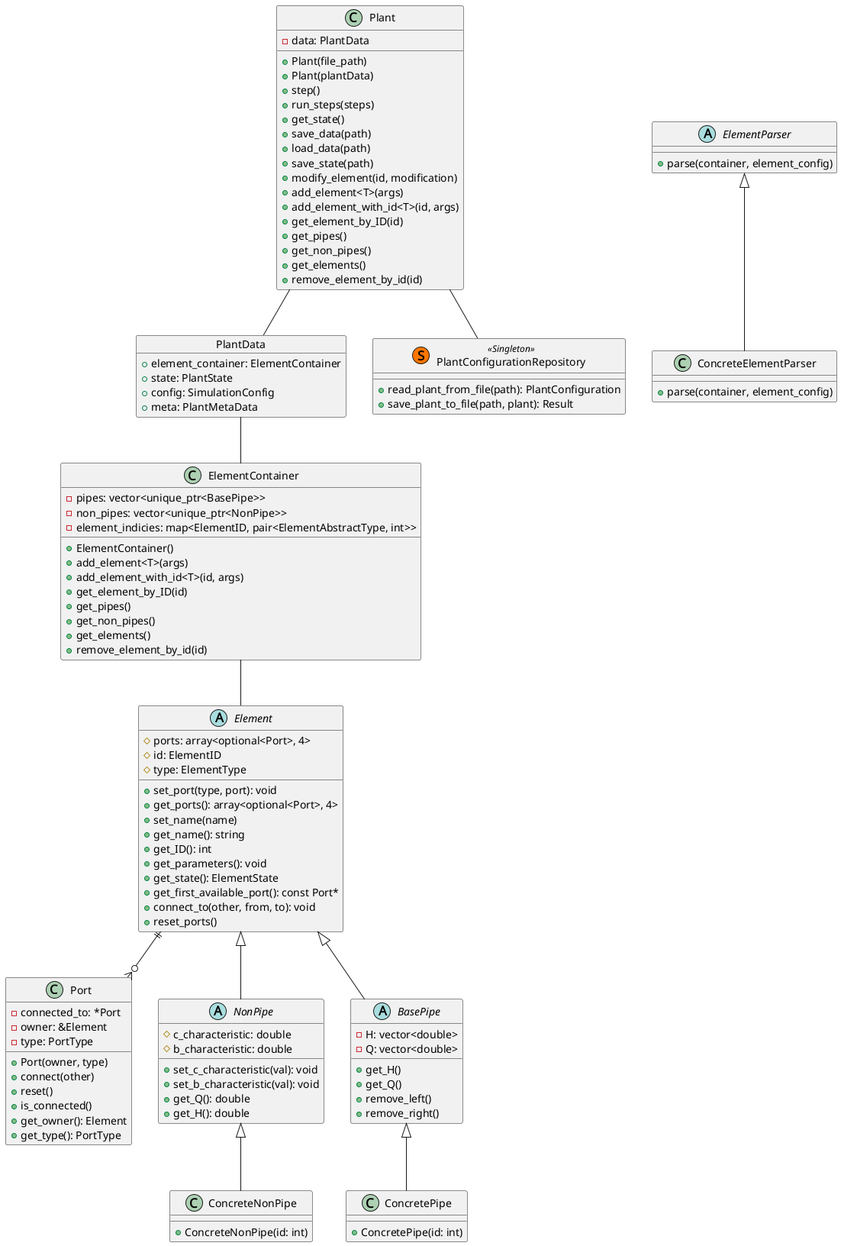
Above: assets/system_architecture.png in LVTrans/LVTransCore (PlantUML), before the change.
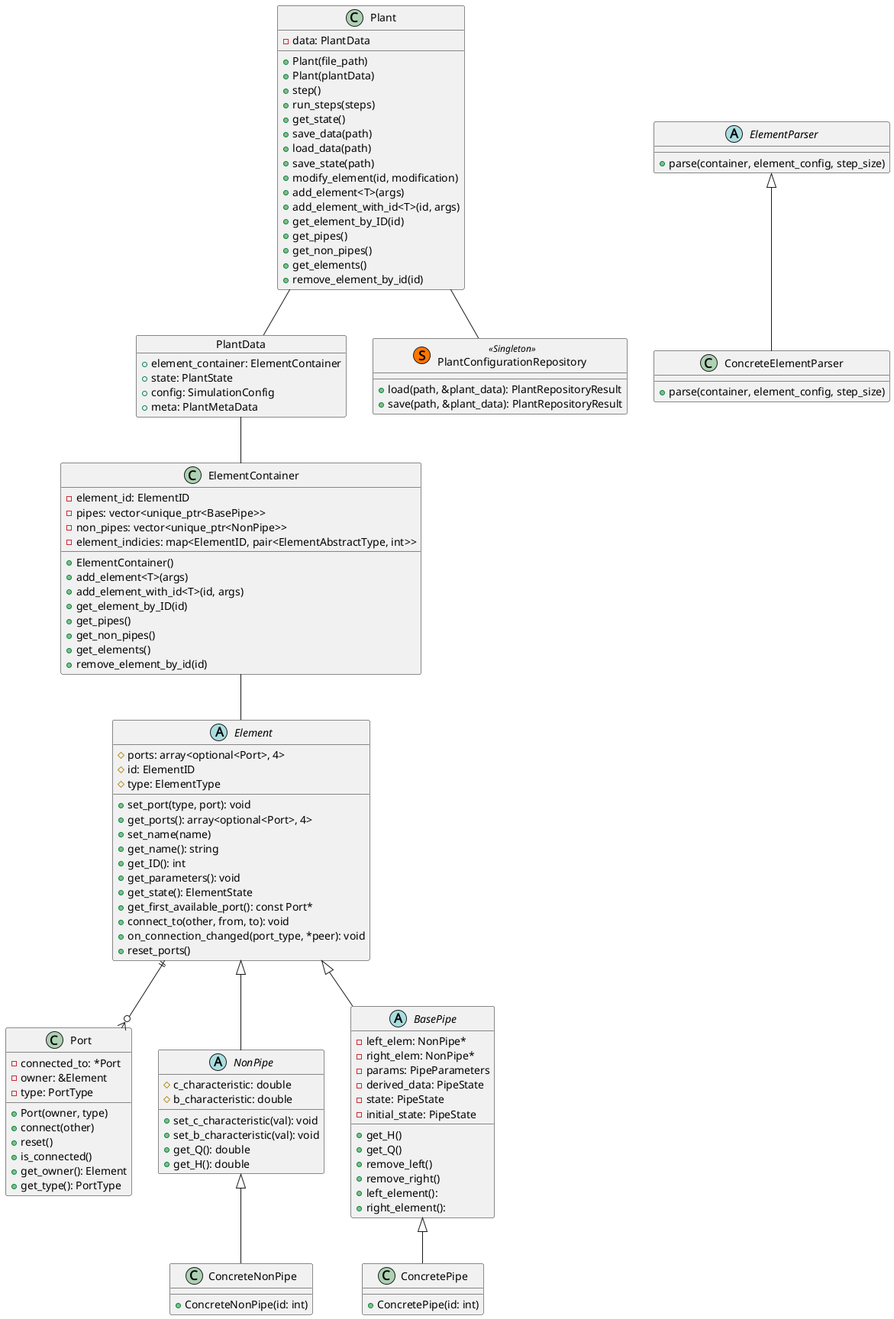
Later version of the same file.

The edit, as a diff of the source:
```diff
@@ -25,6 +25,7 @@
   + get_state(): ElementState
   + get_first_available_port(): const Port*
   + connect_to(other, from, to): void
+  + on_connection_changed(port_type, *peer): void
   + reset_ports()
 
 }
@@ -40,12 +41,18 @@
 }
 
 abstract class BasePipe {
-  - H: vector<double>
-  - Q: vector<double>
+  - left_elem: NonPipe*
+  - right_elem: NonPipe*
+  - params: PipeParameters
+  - derived_data: PipeState
+  - state: PipeState
+  - initial_state: PipeState
   + get_H()
   + get_Q()
   + remove_left()
   + remove_right()
+  + left_element():
+  + right_element():
 }
 
 class ConcreteNonPipe  {
@@ -87,6 +94,7 @@
 
 
 class ElementContainer {
+  - element_id: ElementID
   - pipes: vector<unique_ptr<BasePipe>>
   - non_pipes: vector<unique_ptr<NonPipe>>
   - element_indicies: map<ElementID, pair<ElementAbstractType, int>>
@@ -102,16 +110,16 @@
 
 
 class PlantConfigurationRepository << (S,#FF7700) Singleton >> {
-  + read_plant_from_file(path): PlantConfiguration
-  + save_plant_to_file(path, plant): Result
+  + load(path, &plant_data): PlantRepositoryResult
+  + save(path, &plant_data): PlantRepositoryResult
 }
 
 abstract class ElementParser {
-  + parse(container, element_config)
+  + parse(container, element_config, step_size)
 }
 
 class ConcreteElementParser {
-  + parse(container, element_config)
+  + parse(container, element_config, step_size)
 }
 
 
```
